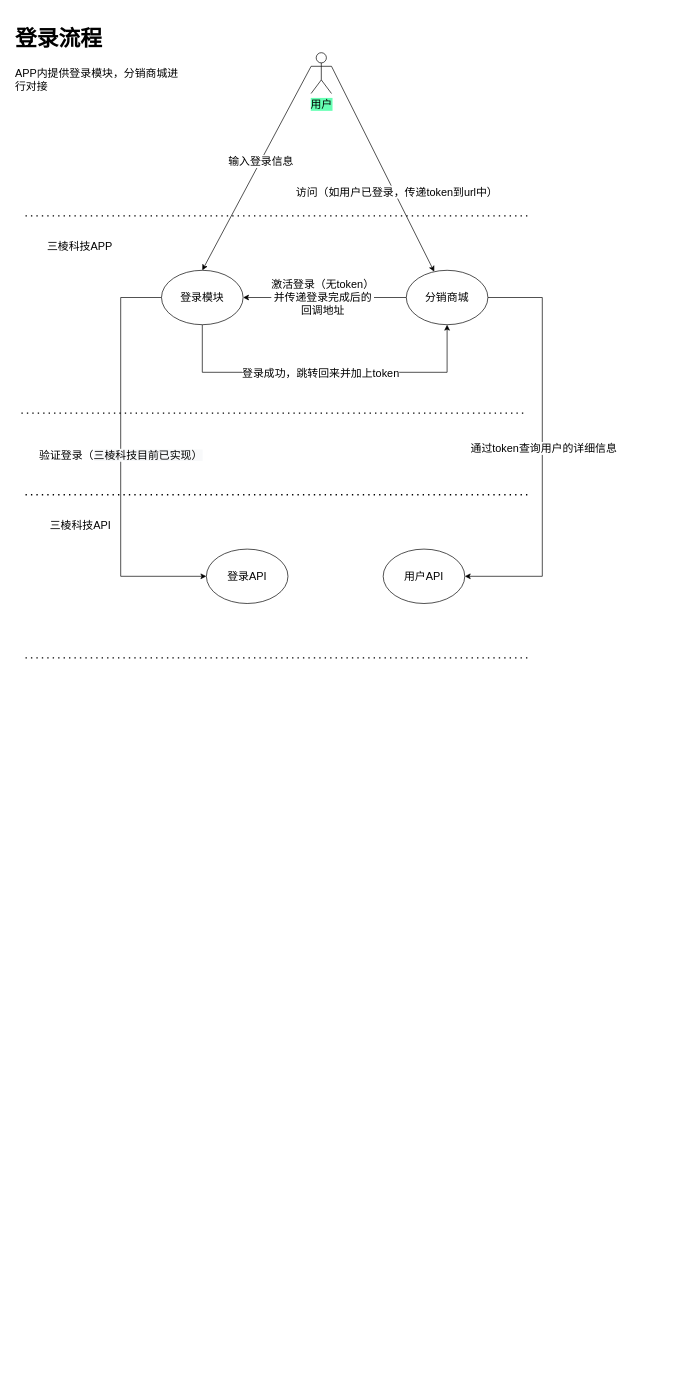
Earlier version of the draw.io diagram 北京三棱科技-项目对接流程.drawio (lycwukang/diagrams). Source tidied: cells renumbered, new cells numbered last; positions are measured from the earlier drawing's top-left corner, leaving out a move shared by most shapes. Both pictures are drawn from the tidied source at 68%, with x=0, y=0 at pixel (12, 18).
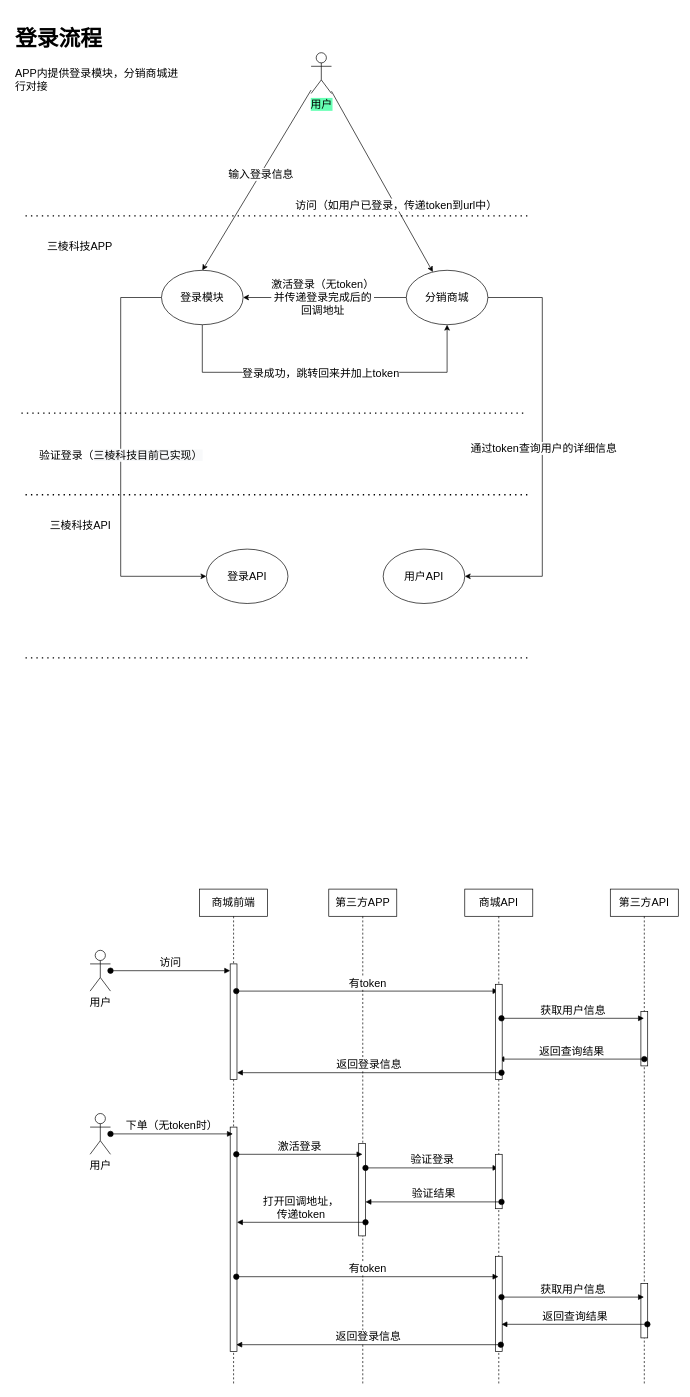
After the change.

Commit message (it also covers changes not shown here):
更新北京三棱科技-项目对接流程.drawio

The change refers to these unchanged cells:
```xml
<mxCell id="8" value="登录模块" style="ellipse;whiteSpace=wrap;html=1;fontSize=16;" parent="1" vertex="1">
  <mxGeometry x="220" y="370" width="120" height="80" as="geometry" />
</mxCell>
<mxCell id="13" value="用户" style="shape=umlActor;verticalLabelPosition=bottom;verticalAlign=top;html=1;outlineConnect=0;fontSize=16;labelBackgroundColor=#66FFB3;" parent="1" vertex="1">
  <mxGeometry x="440" y="50" width="30" height="60" as="geometry" />
</mxCell>
<mxCell id="18" value="分销商城" style="ellipse;whiteSpace=wrap;html=1;fontSize=16;" parent="1" vertex="1">
  <mxGeometry x="580" y="370" width="120" height="80" as="geometry" />
</mxCell>
```

The edit, as a diff of the source:
```diff
@@
-    <mxCell id="9" style="rounded=0;jettySize=auto;html=1;exitX=1;exitY=0.3333333333333333;exitDx=0;exitDy=0;exitPerimeter=0;fontSize=16;" parent="1" edge="1" source="13" target="18">
+    <mxCell id="9" style="rounded=0;jettySize=auto;html=1;fontSize=16;" parent="1" edge="1" source="13" target="18">
       <mxGeometry relative="1" as="geometry" />
     </mxCell>
@@
-    <mxCell id="11" style="edgeStyle=none;rounded=0;jettySize=auto;html=1;exitX=0;exitY=0.3333333333333333;exitDx=0;exitDy=0;exitPerimeter=0;entryX=0.5;entryY=0;entryDx=0;entryDy=0;fontSize=16;" parent="1" edge="1" source="13" target="8">
+    <mxCell id="11" style="edgeStyle=none;rounded=0;jettySize=auto;html=1;entryX=0.5;entryY=0;entryDx=0;entryDy=0;fontSize=16;" parent="1" edge="1" source="13" target="8">
       <mxGeometry relative="1" as="geometry" />
     </mxCell>
@@
+    <mxCell id="26" value="第三方APP" style="shape=umlLifeline;perimeter=lifelinePerimeter;whiteSpace=wrap;html=1;outlineConnect=0;labelBackgroundColor=none;fontSize=16;" parent="1" vertex="1">
+      <mxGeometry x="466" y="1280" width="100" height="730" as="geometry" />
+    </mxCell>
+    <mxCell id="27" style="html=1;points=[];perimeter=orthogonalPerimeter;labelBackgroundColor=none;fontSize=16;" parent="26" vertex="1">
+      <mxGeometry x="44" y="374" width="10" height="136" as="geometry" />
+    </mxCell>
+    <mxCell id="28" value="验证登录" style="html=1;verticalAlign=bottom;startArrow=oval;startFill=1;endArrow=block;startSize=8;fontSize=16;" parent="26" edge="1" target="39">
+      <mxGeometry relative="1" as="geometry">
+        <mxPoint x="54" y="410" as="sourcePoint" />
+      </mxGeometry>
+    </mxCell>
+    <mxCell id="29" value="打开回调地址，&lt;br&gt;传递token" style="html=1;verticalAlign=bottom;startArrow=oval;startFill=1;endArrow=block;startSize=8;fontSize=16;" parent="26" edge="1" target="37">
+      <mxGeometry relative="1" as="geometry">
+        <mxPoint x="54" y="490" as="sourcePoint" />
+      </mxGeometry>
+    </mxCell>
+    <mxCell id="30" value="第三方API" style="shape=umlLifeline;perimeter=lifelinePerimeter;whiteSpace=wrap;html=1;outlineConnect=0;labelBackgroundColor=none;fontSize=16;" parent="1" vertex="1">
+      <mxGeometry x="880" y="1280" width="100" height="730" as="geometry" />
+    </mxCell>
+    <mxCell id="31" style="html=1;perimeter=orthogonalPerimeter;labelBackgroundColor=none;fontSize=16;" parent="30" vertex="1">
+      <mxGeometry x="45" y="180" width="10" height="80" as="geometry" />
+    </mxCell>
+    <mxCell id="32" value="返回查询结果" style="html=1;verticalAlign=bottom;startArrow=oval;startFill=1;endArrow=block;startSize=8;fontSize=16;" parent="30" edge="1" target="39">
+      <mxGeometry relative="1" as="geometry">
+        <mxPoint x="50" y="250" as="sourcePoint" />
+      </mxGeometry>
+    </mxCell>
+    <mxCell id="33" style="html=1;perimeter=orthogonalPerimeter;labelBackgroundColor=none;fontSize=16;" parent="30" vertex="1">
+      <mxGeometry x="45" y="580" width="10" height="80" as="geometry" />
+    </mxCell>
+    <mxCell id="34" value="商城前端" style="shape=umlLifeline;perimeter=lifelinePerimeter;whiteSpace=wrap;html=1;labelBackgroundColor=none;fontSize=16;" parent="1" vertex="1">
+      <mxGeometry x="276" y="1280" width="100" height="730" as="geometry" />
+    </mxCell>
+    <mxCell id="35" style="html=1;points=[];perimeter=orthogonalPerimeter;labelBackgroundColor=none;fontSize=16;" parent="34" vertex="1">
+      <mxGeometry x="45" y="110" width="10" height="170" as="geometry" />
+    </mxCell>
+    <mxCell id="36" value="有token" style="html=1;verticalAlign=bottom;startArrow=oval;startFill=1;endArrow=block;startSize=8;fontSize=16;" parent="34" edge="1" target="39">
+      <mxGeometry relative="1" as="geometry">
+        <mxPoint x="54" y="150" as="sourcePoint" />
+      </mxGeometry>
+    </mxCell>
+    <mxCell id="37" style="html=1;points=[];perimeter=orthogonalPerimeter;labelBackgroundColor=none;fontSize=16;" parent="34" vertex="1">
+      <mxGeometry x="45" y="350" width="10" height="330" as="geometry" />
+    </mxCell>
+    <mxCell id="38" value="激活登录" style="html=1;verticalAlign=bottom;startArrow=oval;startFill=1;endArrow=block;startSize=8;fontSize=16;" parent="34" edge="1" target="26">
+      <mxGeometry relative="1" as="geometry">
+        <mxPoint x="54" y="390" as="sourcePoint" />
+      </mxGeometry>
+    </mxCell>
+    <mxCell id="39" value="商城API" style="shape=umlLifeline;perimeter=lifelinePerimeter;whiteSpace=wrap;html=1;outlineConnect=0;labelBackgroundColor=none;fontSize=16;" parent="1" vertex="1">
+      <mxGeometry x="666" y="1280" width="100" height="730" as="geometry" />
+    </mxCell>
+    <mxCell id="40" style="html=1;perimeter=orthogonalPerimeter;labelBackgroundColor=none;fontSize=16;" parent="39" vertex="1">
+      <mxGeometry x="45" y="140" width="10" height="140" as="geometry" />
+    </mxCell>
+    <mxCell id="41" value="获取用户信息" style="html=1;verticalAlign=bottom;startArrow=oval;startFill=1;endArrow=block;startSize=8;fontSize=16;" parent="39" edge="1" target="30">
+      <mxGeometry relative="1" as="geometry">
+        <mxPoint x="54" y="190" as="sourcePoint" />
+      </mxGeometry>
+    </mxCell>
+    <mxCell id="42" value="返回登录信息" style="html=1;verticalAlign=bottom;startArrow=oval;startFill=1;endArrow=block;startSize=8;fontSize=16;" parent="39" edge="1" target="35">
+      <mxGeometry relative="1" as="geometry">
+        <mxPoint x="54" y="270" as="sourcePoint" />
+      </mxGeometry>
+    </mxCell>
+    <mxCell id="43" style="html=1;perimeter=orthogonalPerimeter;labelBackgroundColor=none;fontSize=16;" parent="39" vertex="1">
+      <mxGeometry x="45" y="390" width="10" height="80" as="geometry" />
+    </mxCell>
+    <mxCell id="44" value="验证结果" style="html=1;verticalAlign=bottom;startArrow=oval;startFill=1;endArrow=block;startSize=8;fontSize=16;" parent="39" edge="1" target="27">
+      <mxGeometry relative="1" as="geometry">
+        <mxPoint x="54" y="460" as="sourcePoint" />
+      </mxGeometry>
+    </mxCell>
+    <mxCell id="45" style="html=1;perimeter=orthogonalPerimeter;labelBackgroundColor=none;fontSize=16;" parent="39" vertex="1">
+      <mxGeometry x="45" y="540" width="10" height="140" as="geometry" />
+    </mxCell>
+    <mxCell id="46" value="用户" style="shape=umlActor;verticalLabelPosition=bottom;verticalAlign=top;html=1;outlineConnect=0;labelBackgroundColor=none;fontSize=16;" parent="1" vertex="1">
+      <mxGeometry x="115" y="1370" width="30" height="60" as="geometry" />
+    </mxCell>
+    <mxCell id="47" value="访问" style="html=1;verticalAlign=bottom;startArrow=oval;endArrow=block;startSize=8;fontSize=16;" parent="1" edge="1" source="46" target="35">
+      <mxGeometry relative="1" as="geometry" />
+    </mxCell>
+    <mxCell id="48" value="下单（无token时）" style="html=1;verticalAlign=bottom;startArrow=oval;startFill=1;endArrow=block;startSize=8;fontSize=16;" parent="1" edge="1">
+      <mxGeometry relative="1" as="geometry">
+        <mxPoint x="145" y="1640" as="sourcePoint" />
+        <mxPoint x="325" y="1640" as="targetPoint" />
+      </mxGeometry>
+    </mxCell>
+    <mxCell id="49" value="有token" style="html=1;verticalAlign=bottom;startArrow=oval;startFill=1;endArrow=block;startSize=8;fontSize=16;" parent="1" edge="1">
+      <mxGeometry relative="1" as="geometry">
+        <mxPoint x="330" y="1850" as="sourcePoint" />
+        <mxPoint x="715.5" y="1850" as="targetPoint" />
+      </mxGeometry>
+    </mxCell>
+    <mxCell id="50" value="获取用户信息" style="html=1;verticalAlign=bottom;startArrow=oval;startFill=1;endArrow=block;startSize=8;fontSize=16;" parent="1" edge="1">
+      <mxGeometry relative="1" as="geometry">
+        <mxPoint x="720" y="1880" as="sourcePoint" />
+        <mxPoint x="929.5" y="1880" as="targetPoint" />
+      </mxGeometry>
+    </mxCell>
+    <mxCell id="51" value="返回查询结果" style="html=1;verticalAlign=bottom;startArrow=oval;startFill=1;endArrow=block;startSize=8;fontSize=16;" parent="1" edge="1">
+      <mxGeometry relative="1" as="geometry">
+        <mxPoint x="934.5" y="1920" as="sourcePoint" />
+        <mxPoint x="720" y="1920" as="targetPoint" />
+      </mxGeometry>
+    </mxCell>
+    <mxCell id="52" value="返回登录信息" style="html=1;verticalAlign=bottom;startArrow=oval;startFill=1;endArrow=block;startSize=8;fontSize=16;" parent="1" edge="1">
+      <mxGeometry relative="1" as="geometry">
+        <mxPoint x="719" y="1950" as="sourcePoint" />
+        <mxPoint x="330" y="1950" as="targetPoint" />
+      </mxGeometry>
+    </mxCell>
+    <mxCell id="53" value="用户" style="shape=umlActor;verticalLabelPosition=bottom;verticalAlign=top;html=1;labelBackgroundColor=none;fontSize=16;" parent="1" vertex="1">
+      <mxGeometry x="115" y="1610" width="30" height="60" as="geometry" />
+    </mxCell>
```
